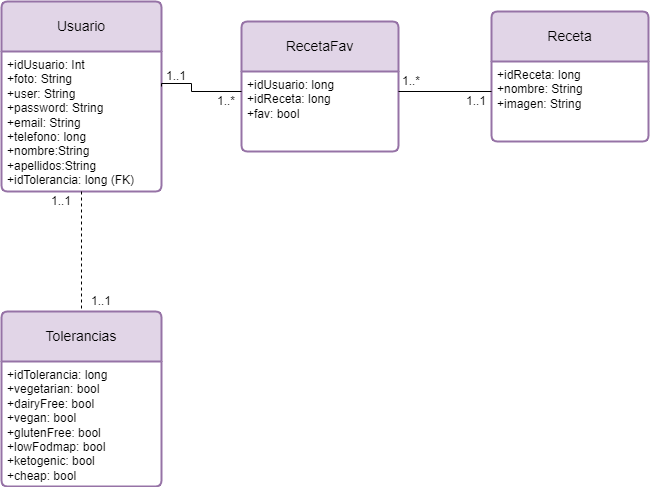
ualdra/weekmeal keeps this draw.io diagram as BD_WeekMeal/EntidadRelacion_WeekMeal.png. Above is the earlier version. Source tidied: cells renumbered, new cells last; positions are measured from the earlier drawing's top-left corner, leaving out a move shared by most shapes.
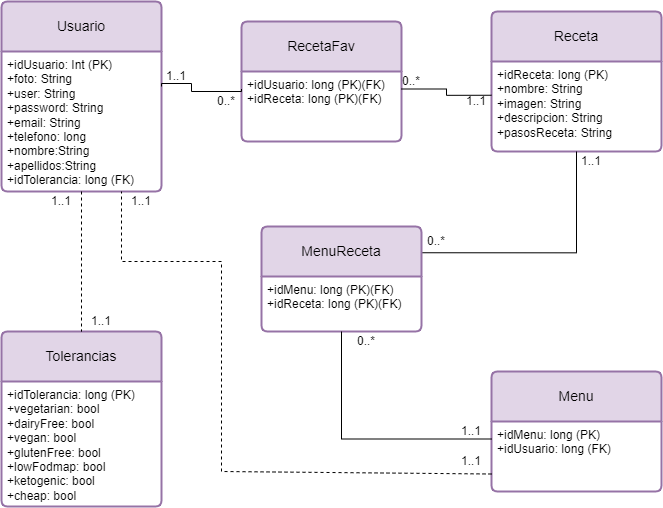
After the commit.

What changed in the source:
```diff
@@ -5,25 +5,25 @@
     <mxCell id="2" value="Usuario" style="swimlane;horizontal=1;startSize=50;rounded=1;fontSize=14;fontStyle=0;strokeWidth=2;shadow=0;dashed=0;align=center;arcSize=4;whiteSpace=wrap;html=1;fillColor=#e1d5e7;strokeColor=#9673a6;" parent="1" vertex="1">
       <mxGeometry width="160" height="190" as="geometry" />
     </mxCell>
-    <mxCell id="3" value="&lt;div&gt;+idUsuario: Int&lt;/div&gt;&lt;div&gt;+foto: String&lt;/div&gt;+user: String&lt;span style=&quot;white-space: pre;&quot;&gt;&#9;&lt;/span&gt;&lt;span style=&quot;white-space: pre;&quot;&gt;&#9;&lt;/span&gt;&lt;span style=&quot;white-space: pre;&quot;&gt;&#9;&lt;/span&gt;&lt;br&gt;+password: String&lt;br&gt;+email: String&lt;div&gt;+telefono: long&lt;/div&gt;&lt;div&gt;+nombre:&lt;span style=&quot;background-color: initial;&quot;&gt;String&lt;/span&gt;&lt;/div&gt;&lt;div&gt;+apellidos:&lt;span style=&quot;background-color: initial;&quot;&gt;String&lt;/span&gt;&lt;/div&gt;&lt;div&gt;&lt;span style=&quot;background-color: initial;&quot;&gt;+idTolerancia: long (FK)&lt;/span&gt;&lt;/div&gt;" style="align=left;strokeColor=none;fillColor=none;spacingLeft=4;fontSize=12;verticalAlign=top;html=1;" parent="2" vertex="1">
+    <mxCell id="3" value="&lt;div&gt;+idUsuario: Int (PK)&lt;/div&gt;&lt;div&gt;+foto: String&lt;/div&gt;+user: String&lt;span style=&quot;white-space: pre;&quot;&gt;&#9;&lt;/span&gt;&lt;span style=&quot;white-space: pre;&quot;&gt;&#9;&lt;/span&gt;&lt;span style=&quot;white-space: pre;&quot;&gt;&#9;&lt;/span&gt;&lt;br&gt;+password: String&lt;br&gt;+email: String&lt;div&gt;+telefono: long&lt;/div&gt;&lt;div&gt;+nombre:&lt;span style=&quot;background-color: initial;&quot;&gt;String&lt;/span&gt;&lt;/div&gt;&lt;div&gt;+apellidos:&lt;span style=&quot;background-color: initial;&quot;&gt;String&lt;/span&gt;&lt;/div&gt;&lt;div&gt;&lt;span style=&quot;background-color: initial;&quot;&gt;+idTolerancia: long (FK)&lt;/span&gt;&lt;/div&gt;" style="align=left;strokeColor=none;fillColor=none;spacingLeft=4;fontSize=12;verticalAlign=top;html=1;" parent="2" vertex="1">
       <mxGeometry y="50" width="160" height="140" as="geometry" />
     </mxCell>
     <mxCell id="4" value="Receta" style="swimlane;horizontal=1;startSize=50;rounded=1;fontSize=14;fontStyle=0;strokeWidth=2;shadow=0;dashed=0;align=center;arcSize=4;whiteSpace=wrap;html=1;fillColor=#e1d5e7;strokeColor=#9673a6;" parent="1" vertex="1">
-      <mxGeometry x="490" y="10" width="157" height="130" as="geometry" />
+      <mxGeometry x="490" y="10" width="170" height="140" as="geometry" />
     </mxCell>
-    <mxCell id="5" value="+idReceta: long&lt;br&gt;+nombre: String&lt;span style=&quot;white-space: pre;&quot;&gt;&#9;&lt;/span&gt;&lt;span style=&quot;white-space: pre;&quot;&gt;&#9;&lt;/span&gt;&lt;span style=&quot;white-space: pre;&quot;&gt;&#9;&lt;/span&gt;&lt;br&gt;+imagen: String" style="align=left;strokeColor=none;fillColor=none;spacingLeft=4;fontSize=12;verticalAlign=top;html=1;" parent="4" vertex="1">
-      <mxGeometry y="50" width="157" height="80" as="geometry" />
+    <mxCell id="5" value="+idReceta: long (PK)&lt;br&gt;+nombre: String&lt;span style=&quot;white-space: pre;&quot;&gt;&#9;&lt;/span&gt;&lt;span style=&quot;white-space: pre;&quot;&gt;&#9;&lt;/span&gt;&lt;span style=&quot;white-space: pre;&quot;&gt;&#9;&lt;/span&gt;&lt;br&gt;+imagen: String&lt;div&gt;+descripcion: String&lt;/div&gt;&lt;div&gt;+pasosReceta: String&lt;/div&gt;" style="align=left;strokeColor=none;fillColor=none;spacingLeft=4;fontSize=12;verticalAlign=top;html=1;" parent="4" vertex="1">
+      <mxGeometry y="50" width="170" height="90" as="geometry" />
     </mxCell>
     <mxCell id="6" value="RecetaFav" style="swimlane;horizontal=1;startSize=50;rounded=1;fontSize=14;fontStyle=0;strokeWidth=2;shadow=0;dashed=0;align=center;arcSize=4;whiteSpace=wrap;html=1;fillColor=#e1d5e7;strokeColor=#9673a6;" parent="1" vertex="1">
-      <mxGeometry x="240" y="20" width="157" height="130" as="geometry" />
+      <mxGeometry x="240" y="20" width="160" height="120" as="geometry" />
     </mxCell>
-    <mxCell id="7" value="+idUsuario: long&lt;div&gt;+idReceta: long&lt;/div&gt;&lt;div&gt;+fav: bool&lt;/div&gt;" style="align=left;strokeColor=none;fillColor=none;spacingLeft=4;fontSize=12;verticalAlign=top;html=1;" parent="6" vertex="1">
-      <mxGeometry y="50" width="157" height="80" as="geometry" />
+    <mxCell id="7" value="+idUsuario: long (PK)(FK)&lt;div&gt;+idReceta: long&amp;nbsp;&lt;span style=&quot;background-color: initial;&quot;&gt;(PK)(FK)&lt;/span&gt;&lt;/div&gt;&lt;div&gt;&lt;br&gt;&lt;/div&gt;" style="align=left;strokeColor=none;fillColor=none;spacingLeft=4;fontSize=12;verticalAlign=top;html=1;" parent="6" vertex="1">
+      <mxGeometry y="50" width="160" height="70" as="geometry" />
     </mxCell>
     <mxCell id="8" value="Tolerancias" style="swimlane;horizontal=1;startSize=50;rounded=1;fontSize=14;fontStyle=0;strokeWidth=2;shadow=0;dashed=0;align=center;arcSize=4;whiteSpace=wrap;html=1;fillColor=#e1d5e7;strokeColor=#9673a6;" parent="1" vertex="1">
-      <mxGeometry y="310" width="160" height="175" as="geometry" />
+      <mxGeometry y="330" width="160" height="175" as="geometry" />
     </mxCell>
-    <mxCell id="9" value="&lt;div&gt;+idTolerancia: long&lt;/div&gt;+vegetarian: bool&lt;br&gt;+dairyFree: bool&lt;br&gt;+vegan: bool&lt;div&gt;+glutenFree: bool&lt;/div&gt;&lt;div&gt;+lowFodmap: bool&lt;/div&gt;&lt;div&gt;+ketogenic: bool&lt;/div&gt;&lt;div&gt;+cheap: bool&lt;/div&gt;" style="align=left;strokeColor=none;fillColor=none;spacingLeft=4;fontSize=12;verticalAlign=top;html=1;" parent="8" vertex="1">
+    <mxCell id="9" value="&lt;div&gt;+idTolerancia: long&amp;nbsp;&lt;span style=&quot;background-color: initial;&quot;&gt;(PK)&lt;/span&gt;&lt;/div&gt;+vegetarian: bool&lt;br&gt;+dairyFree: bool&lt;br&gt;+vegan: bool&lt;div&gt;+glutenFree: bool&lt;/div&gt;&lt;div&gt;+lowFodmap: bool&lt;/div&gt;&lt;div&gt;+ketogenic: bool&lt;/div&gt;&lt;div&gt;+cheap: bool&lt;/div&gt;" style="align=left;strokeColor=none;fillColor=none;spacingLeft=4;fontSize=12;verticalAlign=top;html=1;" parent="8" vertex="1">
       <mxGeometry y="50" width="160" height="125" as="geometry" />
     </mxCell>
     <mxCell id="10" style="edgeStyle=orthogonalEdgeStyle;rounded=0;jettySize=auto;html=1;exitX=1;exitY=0.25;exitDx=0;exitDy=0;entryX=0;entryY=0.25;entryDx=0;entryDy=0;endArrow=none;endFill=0;" parent="1" edge="1" source="3" target="7">
@@ -37,17 +37,17 @@
     <mxCell id="11" style="edgeStyle=orthogonalEdgeStyle;rounded=0;jettySize=auto;html=1;exitX=1;exitY=0.25;exitDx=0;exitDy=0;entryX=0;entryY=0.375;entryDx=0;entryDy=0;entryPerimeter=0;endArrow=none;endFill=0;" parent="1" edge="1" source="7" target="5">
       <mxGeometry relative="1" as="geometry" />
     </mxCell>
-    <mxCell id="12" value="1..*" style="text;html=1;align=center;verticalAlign=middle;whiteSpace=wrap;rounded=0;" parent="1" vertex="1">
+    <mxCell id="12" value="0..*" style="text;html=1;align=center;verticalAlign=middle;whiteSpace=wrap;rounded=0;" parent="1" vertex="1">
       <mxGeometry x="210" y="90" width="30" height="20" as="geometry" />
     </mxCell>
-    <mxCell id="13" value="1..*" style="text;html=1;align=center;verticalAlign=middle;whiteSpace=wrap;rounded=0;" parent="1" vertex="1">
+    <mxCell id="13" value="0..*" style="text;html=1;align=center;verticalAlign=middle;whiteSpace=wrap;rounded=0;" parent="1" vertex="1">
       <mxGeometry x="390" y="70" width="40" height="20" as="geometry" />
     </mxCell>
     <mxCell id="14" value="1..1" style="text;html=1;align=center;verticalAlign=middle;whiteSpace=wrap;rounded=0;" parent="1" vertex="1">
       <mxGeometry x="40" y="190" width="40" height="20" as="geometry" />
     </mxCell>
     <mxCell id="15" value="1..1" style="text;html=1;align=center;verticalAlign=middle;whiteSpace=wrap;rounded=0;" parent="1" vertex="1">
-      <mxGeometry x="70" y="290" width="60" height="20" as="geometry" />
+      <mxGeometry x="70" y="310" width="60" height="20" as="geometry" />
     </mxCell>
     <mxCell id="16" value="1..1" style="text;html=1;align=center;verticalAlign=middle;whiteSpace=wrap;rounded=0;" parent="1" vertex="1">
       <mxGeometry x="150" y="60" width="50" height="30" as="geometry" />
@@ -58,5 +58,54 @@
     <mxCell id="18" style="edgeStyle=orthogonalEdgeStyle;rounded=0;jettySize=auto;html=1;exitX=0.5;exitY=1;exitDx=0;exitDy=0;entryX=0.5;entryY=0;entryDx=0;entryDy=0;endArrow=none;endFill=0;dashed=1;" parent="1" edge="1" source="3" target="8">
       <mxGeometry relative="1" as="geometry" />
     </mxCell>
+    <mxCell id="19" value="Menu" style="swimlane;horizontal=1;startSize=50;rounded=1;fontSize=14;fontStyle=0;strokeWidth=2;shadow=0;dashed=0;align=center;arcSize=4;whiteSpace=wrap;html=1;fillColor=#e1d5e7;strokeColor=#9673a6;" parent="1" vertex="1">
+      <mxGeometry x="490" y="370" width="170" height="120" as="geometry" />
+    </mxCell>
+    <mxCell id="20" value="&lt;div&gt;+idMenu: long&amp;nbsp;&lt;span style=&quot;background-color: initial;&quot;&gt;(PK)&lt;/span&gt;&lt;/div&gt;&lt;div&gt;+idUsuario: long (FK)&lt;/div&gt;" style="align=left;strokeColor=none;fillColor=none;spacingLeft=4;fontSize=12;verticalAlign=top;html=1;" parent="19" vertex="1">
+      <mxGeometry y="50" width="170" height="70" as="geometry" />
+    </mxCell>
+    <mxCell id="21" value="1..1" style="text;html=1;align=center;verticalAlign=middle;whiteSpace=wrap;rounded=0;" parent="1" vertex="1">
+      <mxGeometry x="450" y="420" width="40" height="20" as="geometry" />
+    </mxCell>
+    <mxCell id="22" style="edgeStyle=orthogonalEdgeStyle;rounded=0;jettySize=auto;html=1;exitX=1;exitY=0.25;exitDx=0;exitDy=0;entryX=0.5;entryY=1;entryDx=0;entryDy=0;endArrow=none;endFill=0;" parent="1" edge="1" source="23" target="5">
+      <mxGeometry relative="1" as="geometry" />
+    </mxCell>
+    <mxCell id="23" value="MenuReceta" style="swimlane;horizontal=1;startSize=50;rounded=1;fontSize=14;fontStyle=0;strokeWidth=2;shadow=0;dashed=0;align=center;arcSize=4;whiteSpace=wrap;html=1;fillColor=#e1d5e7;strokeColor=#9673a6;" parent="1" vertex="1">
+      <mxGeometry x="260" y="225" width="160" height="105" as="geometry" />
+    </mxCell>
+    <mxCell id="24" value="&lt;div&gt;+idMenu: long&amp;nbsp;&lt;span style=&quot;background-color: initial;&quot;&gt;(PK)&lt;/span&gt;&lt;span style=&quot;background-color: initial;&quot;&gt;(FK)&lt;/span&gt;&lt;/div&gt;&lt;div&gt;+idReceta: long&amp;nbsp;&lt;span style=&quot;background-color: initial;&quot;&gt;(PK)&lt;/span&gt;&lt;span style=&quot;background-color: initial;&quot;&gt;(FK)&lt;/span&gt;&lt;/div&gt;" style="align=left;strokeColor=none;fillColor=none;spacingLeft=4;fontSize=12;verticalAlign=top;html=1;" parent="23" vertex="1">
+      <mxGeometry y="50" width="160" height="55" as="geometry" />
+    </mxCell>
+    <mxCell id="25" style="edgeStyle=orthogonalEdgeStyle;rounded=0;jettySize=auto;html=1;exitX=0;exitY=0.25;exitDx=0;exitDy=0;entryX=0.5;entryY=1;entryDx=0;entryDy=0;endArrow=none;endFill=0;" parent="1" edge="1" source="20" target="24">
+      <mxGeometry relative="1" as="geometry" />
+    </mxCell>
+    <mxCell id="26" value="1..1" style="text;html=1;align=center;verticalAlign=middle;whiteSpace=wrap;rounded=0;" parent="1" vertex="1">
+      <mxGeometry x="570" y="150" width="40" height="20" as="geometry" />
+    </mxCell>
+    <mxCell id="27" value="0..*" style="text;html=1;align=center;verticalAlign=middle;whiteSpace=wrap;rounded=0;" parent="1" vertex="1">
+      <mxGeometry x="420" y="230" width="30" height="20" as="geometry" />
+    </mxCell>
+    <mxCell id="28" value="0..*" style="text;html=1;align=center;verticalAlign=middle;whiteSpace=wrap;rounded=0;" parent="1" vertex="1">
+      <mxGeometry x="350" y="330" width="30" height="20" as="geometry" />
+    </mxCell>
+    <mxCell id="29" style="endArrow=none;dashed=1;html=1;rounded=0;entryX=0.75;entryY=1;entryDx=0;entryDy=0;exitX=0;exitY=0.75;exitDx=0;exitDy=0;" parent="1" edge="1" source="20">
+      <mxGeometry relative="1" as="geometry">
+        <mxPoint x="120" y="190" as="targetPoint" />
+        <Array as="points">
+          <mxPoint x="220" y="470" />
+          <mxPoint x="220" y="260" />
+          <mxPoint x="120" y="260" />
+        </Array>
+      </mxGeometry>
+    </mxCell>
+    <mxCell id="30" style="edgeStyle=orthogonalEdgeStyle;rounded=0;orthogonalLoop=1;jettySize=auto;html=1;exitX=0.5;exitY=1;exitDx=0;exitDy=0;" parent="1" edge="1" source="21" target="21">
+      <mxGeometry relative="1" as="geometry" />
+    </mxCell>
+    <mxCell id="31" value="1..1" style="text;html=1;align=center;verticalAlign=middle;whiteSpace=wrap;rounded=0;" parent="1" vertex="1">
+      <mxGeometry x="450" y="450" width="40" height="20" as="geometry" />
+    </mxCell>
+    <mxCell id="32" value="1..1" style="text;html=1;align=center;verticalAlign=middle;whiteSpace=wrap;rounded=0;" parent="1" vertex="1">
+      <mxGeometry x="120" y="190" width="40" height="20" as="geometry" />
+    </mxCell>
   </root>
 </mxGraphModel>
```
